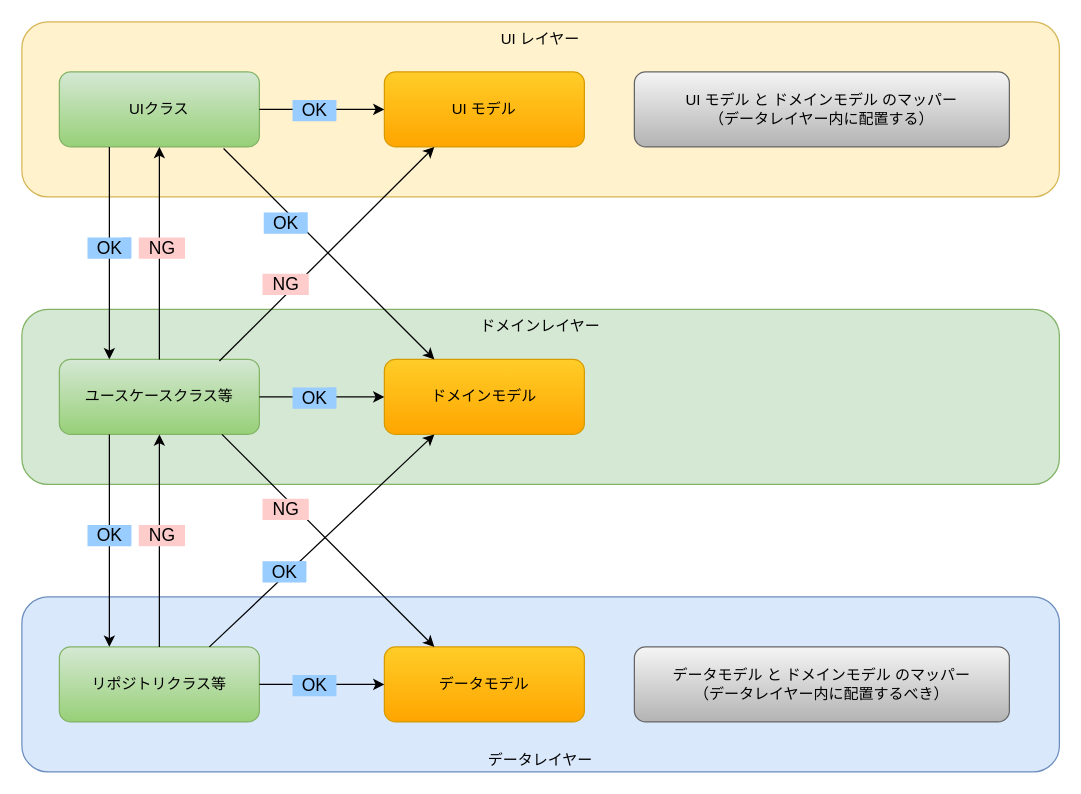
okuda0715tech/OKUDA-Studio-Tech-Note keeps this draw.io diagram as 01.Android/Android Developers 公式ドキュメントの翻訳と補足/設計とプランニング/アプリアーキテクチャ/1.アーキテクチャガイド/画像/モデルと各レイヤーの依存関係.dio. Above is the earlier version. Source tidied: cells renumbered, new cells numbered last; positions are measured from the earlier drawing's top-left corner, leaving out a move shared by most shapes. Both pictures are drawn from the tidied source at 125%, with x=0, y=0 at pixel (21, 21).
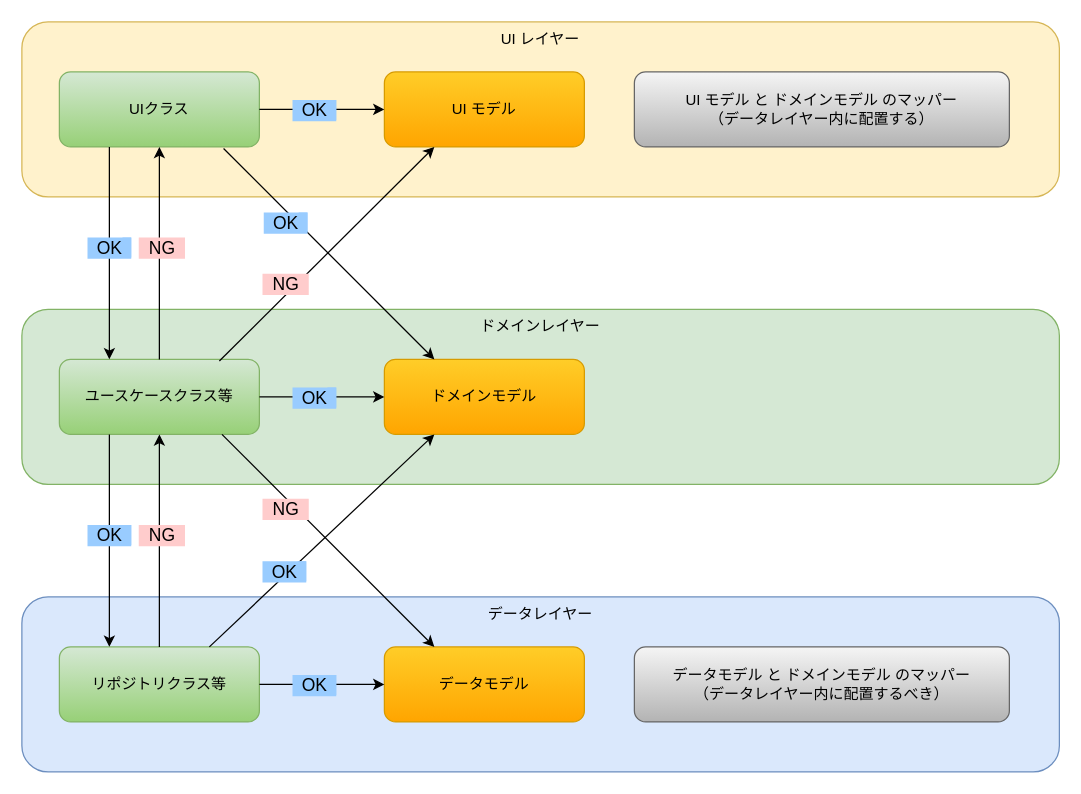
The same diagram, later.

Diff of the diagram source:
```diff
@@
-    <mxCell id="5" value="データレイヤー" style="rounded=1;whiteSpace=wrap;html=1;verticalAlign=bottom;fillColor=#dae8fc;strokeColor=#6c8ebf;" parent="1" vertex="1">
+    <mxCell id="5" value="データレイヤー" style="rounded=1;whiteSpace=wrap;html=1;verticalAlign=top;fillColor=#dae8fc;strokeColor=#6c8ebf;" parent="1" vertex="1">
       <mxGeometry y="460" width="830" height="140" as="geometry" />
     </mxCell>
```
